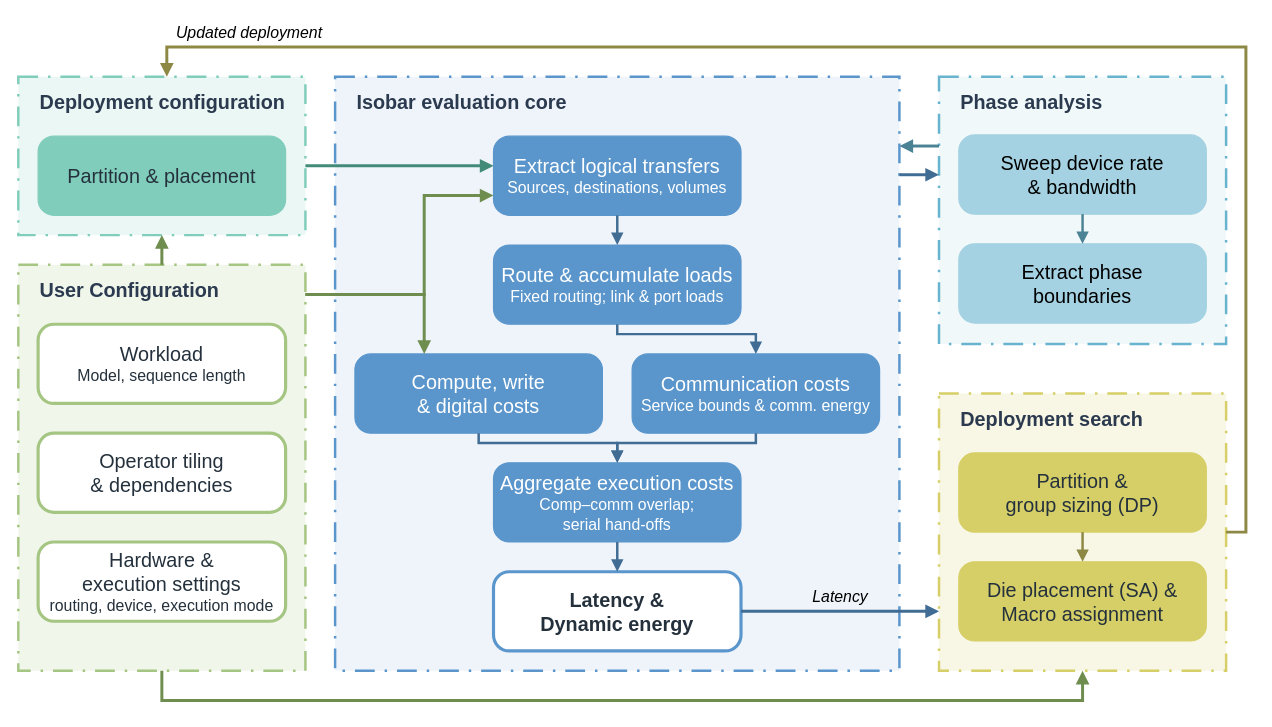
This is workspace/analysis/figures_dac2027/20260921_v2/panels/fig2a_platform.drawio from aliothren/Isobar, a draw.io file, before an edit. Source tidied: cells renumbered, new cells numbered last; positions are measured from the earlier drawing's top-left corner, leaving out a move shared by most shapes. Both pictures are drawn from the tidied source at 99%, with x=0, y=0 at pixel (18, 17).
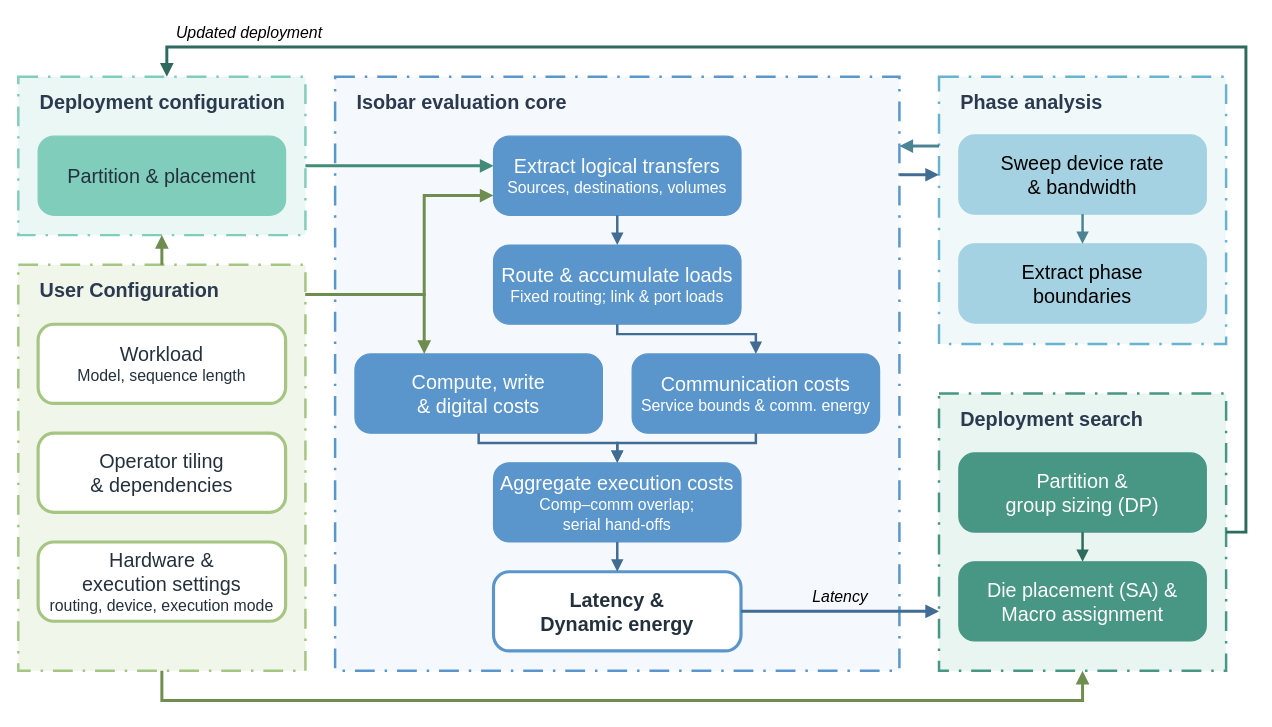
Above is the later version.

Diff of the diagram source:
```diff
@@
-    <mxCell id="6" style="rounded=0;whiteSpace=wrap;html=1;dashed=1;dashPattern=8 4 1 4;fillColor=#eef4fa;strokeColor=#5a96cc;strokeWidth=2.5;" parent="1" vertex="1">
+    <mxCell id="6" style="rounded=0;whiteSpace=wrap;html=1;dashed=1;dashPattern=8 4 1 4;fillColor=#f5f9fd;strokeColor=#5a96cc;strokeWidth=2.5;" parent="1" vertex="1">
       <mxGeometry x="320" y="60" width="570" height="600" as="geometry" />
     </mxCell>
@@
-    <mxCell id="10" style="rounded=0;whiteSpace=wrap;html=1;dashed=1;dashPattern=8 4 1 4;fillColor=#f8f6e4;strokeColor=#d6cf67;strokeWidth=2.5;" parent="1" vertex="1">
+    <mxCell id="10" style="rounded=0;whiteSpace=wrap;html=1;dashed=1;dashPattern=8 4 1 4;fillColor=#e9f5f1;strokeColor=#489684;strokeWidth=2.5;" parent="1" vertex="1">
       <mxGeometry x="930" y="380" width="290" height="280" as="geometry" />
     </mxCell>
@@
-    <mxCell id="24" value="&lt;span style=&quot;font-size:20px&quot;&gt;Partition &amp;amp;&lt;br&gt;group sizing (DP)&lt;/span&gt;" style="rounded=1;arcSize=20;whiteSpace=wrap;html=1;fillColor=#d6cf67;strokeColor=#d6cf67;strokeWidth=1.2;fontSize=16;fontColor=#24313c;" parent="1" vertex="1">
+    <mxCell id="24" value="&lt;span style=&quot;font-size:20px&quot;&gt;Partition &amp;amp;&lt;br&gt;group sizing (DP)&lt;/span&gt;" style="rounded=1;arcSize=20;whiteSpace=wrap;html=1;fillColor=#489684;strokeColor=#489684;strokeWidth=1.2;fontSize=16;fontColor=#ffffff;" parent="1" vertex="1">
       <mxGeometry x="950" y="440" width="250" height="80" as="geometry" />
     </mxCell>
-    <mxCell id="25" value="&lt;span style=&quot;font-size:20px&quot;&gt;Die placement (SA) &amp;amp;&lt;br&gt;Macro assignment&lt;/span&gt;" style="rounded=1;arcSize=20;whiteSpace=wrap;html=1;fillColor=#d6cf67;strokeColor=#d6cf67;strokeWidth=1.2;fontSize=16;fontColor=#24313c;" parent="1" vertex="1">
+    <mxCell id="25" value="&lt;span style=&quot;font-size:20px&quot;&gt;Die placement (SA) &amp;amp;&lt;br&gt;Macro assignment&lt;/span&gt;" style="rounded=1;arcSize=20;whiteSpace=wrap;html=1;fillColor=#489684;strokeColor=#489684;strokeWidth=1.2;fontSize=16;fontColor=#ffffff;" parent="1" vertex="1">
       <mxGeometry x="950" y="550" width="250" height="80" as="geometry" />
     </mxCell>
@@
-    <mxCell id="41" style="html=1;endArrow=block;endFill=1;rounded=0;strokeColor=#8d8944;strokeWidth=2.5;" parent="1" edge="1">
+    <mxCell id="41" style="html=1;endArrow=block;endFill=1;rounded=0;strokeColor=#2f6b5c;strokeWidth=2.5;" parent="1" edge="1">
       <mxGeometry relative="1" as="geometry">
         <mxPoint x="1075" y="520" as="sourcePoint" />
         <mxPoint x="1075" y="550" as="targetPoint" />
       </mxGeometry>
     </mxCell>
-    <mxCell id="42" style="html=1;endArrow=block;endFill=1;rounded=0;strokeColor=#8d8944;strokeWidth=3;" parent="1" edge="1">
+    <mxCell id="42" style="html=1;endArrow=block;endFill=1;rounded=0;strokeColor=#2f6b5c;strokeWidth=3;" parent="1" edge="1">
       <mxGeometry relative="1" as="geometry">
         <mxPoint x="1220" y="520" as="sourcePoint" />
         <mxPoint x="150" y="60" as="targetPoint" />
         <Array as="points">
           <mxPoint x="1240" y="520" />
           <mxPoint x="1240" y="30" />
           <mxPoint x="150" y="30" />
         </Array>
       </mxGeometry>
     </mxCell>
```
